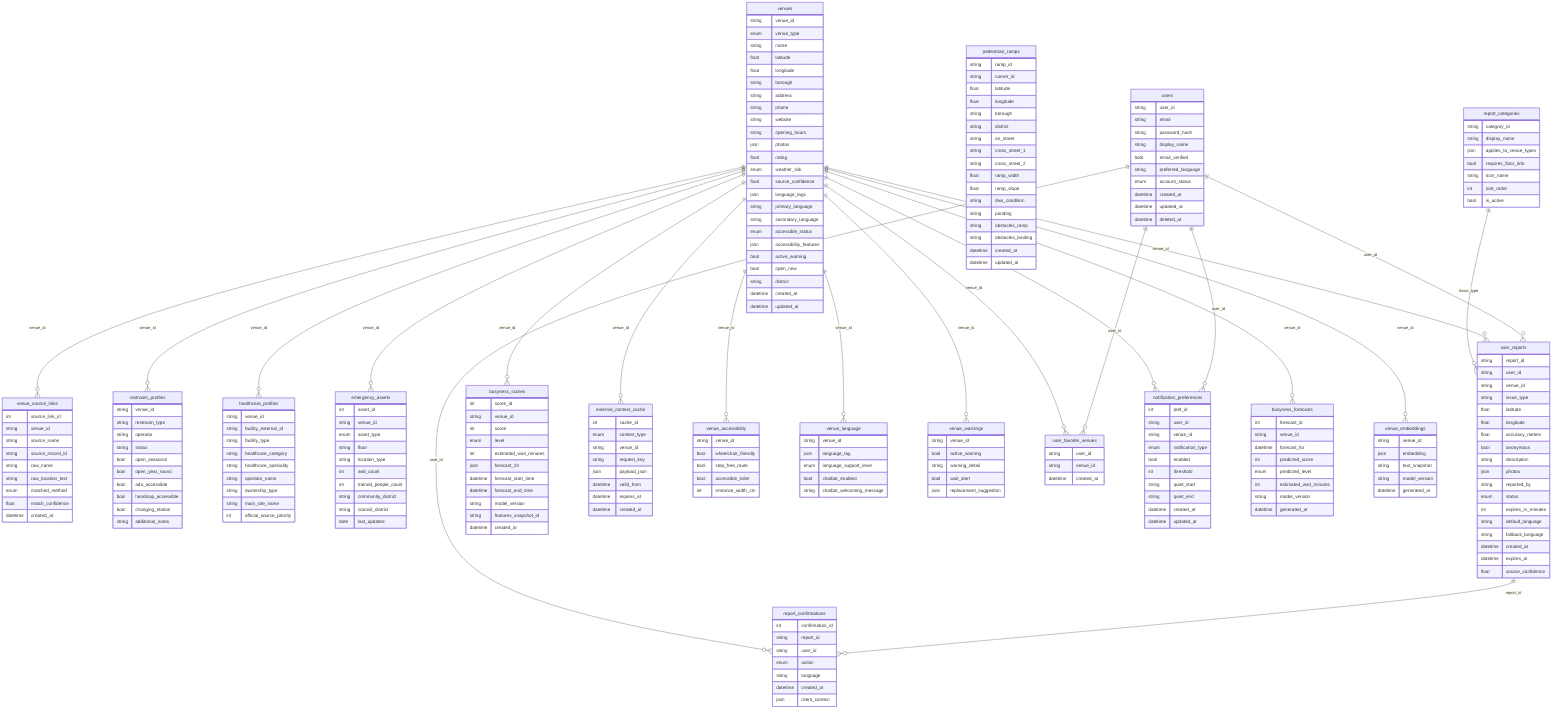
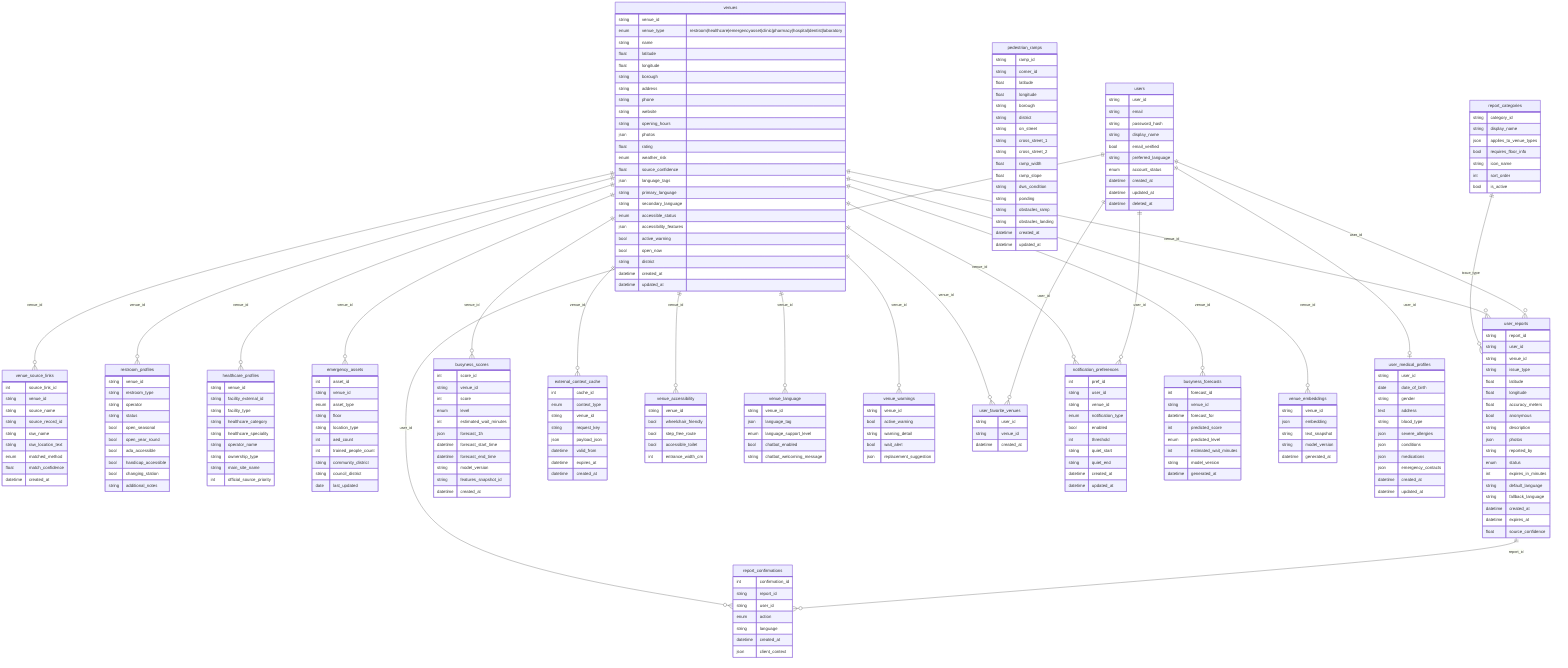
erDiagram

-     %% ClearPath DB — 19 tables, 181 columns
+     %% ClearPath DB — 20 tables, 190 columns

    venues {
        string venue_id
-         enum venue_type
+         enum venue_type "restroom|healthcare|emergencyasset|clinic|pharmacy|hospital|dentist|laboratory"
        string name
        float latitude
        float longitude
        string borough
        string address
        string phone
        string website
        string opening_hours
        json photos
        float rating
        enum weather_risk
        float source_confidence
        json language_tags
        string primary_language
        string secondary_language
        enum accessible_status
        json accessibility_features
        bool active_warning
        bool open_now
        string district
        datetime created_at
        datetime updated_at
    }

    venue_source_links {
        int source_link_id
        string venue_id
        string source_name
        string source_record_id
        string raw_name
        string raw_location_text
        enum matched_method
        float match_confidence
        datetime created_at
    }

    restroom_profiles {
        string venue_id
        string restroom_type
        string operator
        string status
        bool open_seasonal
        bool open_year_round
        bool ada_accessible
        bool handicap_accessible
        bool changing_station
        string additional_notes
    }

    healthcare_profiles {
        string venue_id
        string facility_external_id
        string facility_type
        string healthcare_category
        string healthcare_speciality
        string operator_name
        string ownership_type
        string main_site_name
        int official_source_priority
    }

    emergency_assets {
        int asset_id
        string venue_id
        enum asset_type
        string floor
        string location_type
        int aed_count
        int trained_people_count
        string community_district
        string council_district
        date last_updated
    }

    pedestrian_ramps {
        string ramp_id
        string corner_id
        float latitude
        float longitude
        string borough
        string district
        string on_street
        string cross_street_1
        string cross_street_2
        float ramp_width
        float ramp_slope
        string dws_condition
        string ponding
        string obstacles_ramp
        string obstacles_landing
        datetime created_at
        datetime updated_at
    }

    user_reports {
        string report_id
        string user_id
        string venue_id
        string issue_type
        float latitude
        float longitude
        float accuracy_meters
        bool anonymous
        string description
        json photos
        string reported_by
        enum status
        int expires_in_minutes
        string default_language
        string fallback_language
        datetime created_at
        datetime expires_at
        float source_confidence
    }

    report_confirmations {
        int confirmation_id
        string report_id
        string user_id
        enum action
        string language
        datetime created_at
        json client_context
    }

    busyness_scores {
        int score_id
        string venue_id
        int score
        enum level
        int estimated_wait_minutes
        json forecast_1h
        datetime forecast_start_time
        datetime forecast_end_time
        string model_version
        string features_snapshot_id
        datetime created_at
    }

    external_context_cache {
        int cache_id
        enum context_type
        string venue_id
        string request_key
        json payload_json
        datetime valid_from
        datetime expires_at
        datetime created_at
    }

    venue_accessibility {
        string venue_id
        bool wheelchair_friendly
        bool step_free_route
        bool accessible_toilet
        int entrance_width_cm
    }

    venue_language {
        string venue_id
        json language_tag
        enum language_support_level
        bool chatbot_enabled
        string chatbot_welcoming_message
    }

    venue_warnings {
        string venue_id
        bool active_warning
        string warning_detail
        bool wait_alert
        json replacement_suggestion
    }

    users {
        string user_id
        string email
        string password_hash
        string display_name
        bool email_verified
        string preferred_language
        enum account_status
        datetime created_at
        datetime updated_at
        datetime deleted_at
    }

    user_favorite_venues {
        string user_id
        string venue_id
        datetime created_at
    }

    notification_preferences {
        int pref_id
        string user_id
        string venue_id
        enum notification_type
        bool enabled
        int threshold
        string quiet_start
        string quiet_end
        datetime created_at
        datetime updated_at
    }

    report_categories {
        string category_id
        string display_name
        json applies_to_venue_types
        bool requires_floor_info
        string icon_name
        int sort_order
        bool is_active
    }

    busyness_forecasts {
        int forecast_id
        string venue_id
        datetime forecast_for
        int predicted_score
        enum predicted_level
        int estimated_wait_minutes
        string model_version
        datetime generated_at
    }

    venue_embeddings {
        string venue_id
        json embedding
        string text_snapshot
        string model_version
        datetime generated_at
    }

+     user_medical_profiles {
+         string user_id
+         date date_of_birth
+         string gender
+         text address
+         string blood_type
+         json severe_allergies
+         json conditions
+         json medications
+         json emergency_contacts
+         datetime created_at
+         datetime updated_at
+     }
+ 
    %% Relationships
    venues ||--o{ venue_source_links : "venue_id"
    venues ||--o{ restroom_profiles : "venue_id"
    venues ||--o{ healthcare_profiles : "venue_id"
    venues ||--o{ emergency_assets : "venue_id"
    users ||--o{ user_reports : "user_id"
    venues ||--o{ user_reports : "venue_id"
    report_categories ||--o{ user_reports : "issue_type"
    user_reports ||--o{ report_confirmations : "report_id"
    users ||--o{ report_confirmations : "user_id"
+     users ||--o| user_medical_profiles : "user_id"
    venues ||--o{ busyness_scores : "venue_id"
    venues ||--o{ external_context_cache : "venue_id"
    venues ||--o{ venue_accessibility : "venue_id"
    venues ||--o{ venue_language : "venue_id"
    venues ||--o{ venue_warnings : "venue_id"
    users ||--o{ user_favorite_venues : "user_id"
    venues ||--o{ user_favorite_venues : "venue_id"
    users ||--o{ notification_preferences : "user_id"
    venues ||--o{ notification_preferences : "venue_id"
    venues ||--o{ busyness_forecasts : "venue_id"
-     venues ||--o{ venue_embeddings : "venue_id"+     venues ||--o{ venue_embeddings : "venue_id"
